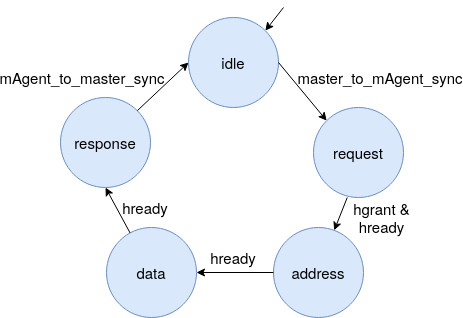
Above: figs/hw/mAgent_FSM.png in Ovsthus/hovsthus_thesis (draw.io), before the change. Source tidied: cells renumbered, new cells last; positions are measured from the earlier drawing's top-left corner, leaving out a move shared by most shapes.
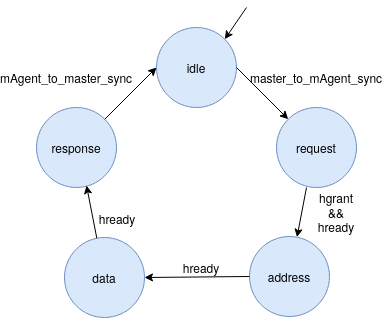
The same file after the commit.

Diff of the diagram source:
```diff
@@ -2,20 +2,20 @@
   <root>
     <mxCell id="0" />
     <mxCell id="1" parent="0" />
-    <mxCell id="2" value="&lt;font style=&quot;font-size: 15px&quot;&gt;idle&lt;/font&gt;" style="ellipse;whiteSpace=wrap;html=1;fillColor=#dae8fc;strokeColor=#6c8ebf;" parent="1" vertex="1">
-      <mxGeometry x="134" y="10" width="90" height="90" as="geometry" />
+    <mxCell id="2" value="idle" style="ellipse;whiteSpace=wrap;html=1;fillColor=#dae8fc;strokeColor=#6c8ebf;" parent="1" vertex="1">
+      <mxGeometry x="139" y="20" width="80" height="80" as="geometry" />
     </mxCell>
-    <mxCell id="3" value="&lt;font style=&quot;font-size: 15px&quot;&gt;request&lt;/font&gt;" style="ellipse;whiteSpace=wrap;html=1;fillColor=#dae8fc;strokeColor=#6c8ebf;" parent="1" vertex="1">
-      <mxGeometry x="259" y="100" width="90" height="90" as="geometry" />
+    <mxCell id="3" value="request" style="ellipse;whiteSpace=wrap;html=1;fillColor=#dae8fc;strokeColor=#6c8ebf;" parent="1" vertex="1">
+      <mxGeometry x="259" y="100" width="80" height="80" as="geometry" />
     </mxCell>
-    <mxCell id="4" value="&lt;font style=&quot;font-size: 15px&quot;&gt;address&lt;/font&gt;" style="ellipse;whiteSpace=wrap;html=1;fillColor=#dae8fc;strokeColor=#6c8ebf;" parent="1" vertex="1">
-      <mxGeometry x="219" y="220" width="90" height="90" as="geometry" />
+    <mxCell id="4" value="address" style="ellipse;whiteSpace=wrap;html=1;fillColor=#dae8fc;strokeColor=#6c8ebf;" parent="1" vertex="1">
+      <mxGeometry x="232" y="229" width="80" height="80" as="geometry" />
     </mxCell>
-    <mxCell id="5" value="&lt;font style=&quot;font-size: 15px&quot;&gt;data &lt;/font&gt;" style="ellipse;whiteSpace=wrap;html=1;fillColor=#dae8fc;strokeColor=#6c8ebf;" parent="1" vertex="1">
-      <mxGeometry x="52" y="220" width="90" height="90" as="geometry" />
+    <mxCell id="5" value="data" style="ellipse;whiteSpace=wrap;html=1;fillColor=#dae8fc;strokeColor=#6c8ebf;" parent="1" vertex="1">
+      <mxGeometry x="47" y="230" width="80" height="80" as="geometry" />
     </mxCell>
-    <mxCell id="6" value="&lt;font style=&quot;font-size: 15px&quot;&gt;response&lt;/font&gt;" style="ellipse;whiteSpace=wrap;html=1;fillColor=#dae8fc;strokeColor=#6c8ebf;" parent="1" vertex="1">
-      <mxGeometry x="6" y="90" width="90" height="90" as="geometry" />
+    <mxCell id="6" value="response" style="ellipse;whiteSpace=wrap;html=1;fillColor=#dae8fc;strokeColor=#6c8ebf;" parent="1" vertex="1">
+      <mxGeometry x="19" y="100" width="80" height="80" as="geometry" />
     </mxCell>
     <mxCell id="7" style="endArrow=classic;html=1;exitX=1;exitY=0.5;exitDx=0;exitDy=0;entryX=0;entryY=0;entryDx=0;entryDy=0;" parent="1" edge="1" source="2" target="3">
       <mxGeometry relative="1" as="geometry" />
@@ -26,31 +26,31 @@
     <mxCell id="9" style="endArrow=classic;html=1;exitX=0;exitY=0.5;exitDx=0;exitDy=0;entryX=1;entryY=0.5;entryDx=0;entryDy=0;" parent="1" edge="1" source="4" target="5">
       <mxGeometry relative="1" as="geometry" />
     </mxCell>
-    <mxCell id="10" style="endArrow=classic;html=1;entryX=0.5;entryY=1;entryDx=0;entryDy=0;" parent="1" edge="1" source="5" target="6">
+    <mxCell id="10" style="endArrow=classic;html=1;entryX=0.625;entryY=0.975;entryDx=0;entryDy=0;entryPerimeter=0;" parent="1" edge="1" source="5" target="6">
       <mxGeometry relative="1" as="geometry" />
     </mxCell>
     <mxCell id="11" style="endArrow=classic;html=1;exitX=1;exitY=0;exitDx=0;exitDy=0;entryX=0;entryY=0.5;entryDx=0;entryDy=0;" parent="1" edge="1" source="6" target="2">
       <mxGeometry relative="1" as="geometry" />
     </mxCell>
+    <mxCell id="18" value="hready" style="text;html=1;strokeColor=none;fillColor=none;align=center;verticalAlign=middle;whiteSpace=wrap;rounded=0;" parent="1" vertex="1">
+      <mxGeometry x="164" y="250" width="40" height="20" as="geometry" />
+    </mxCell>
+    <mxCell id="19" style="endArrow=classic;html=1;entryX=1;entryY=0;entryDx=0;entryDy=0;" parent="1" edge="1" target="2">
+      <mxGeometry relative="1" as="geometry">
+        <mxPoint x="229" as="sourcePoint" />
+      </mxGeometry>
+    </mxCell>
+    <mxCell id="20" value="hready" style="text;html=1;strokeColor=none;fillColor=none;align=center;verticalAlign=middle;whiteSpace=wrap;rounded=0;" parent="1" vertex="1">
+      <mxGeometry x="78" y="201" width="44" height="20" as="geometry" />
+    </mxCell>
-    <mxCell id="12" value="&lt;font style=&quot;font-size: 15px&quot;&gt;master_to_mAgent_sync&lt;/font&gt;" style="text;html=1;strokeColor=none;fillColor=none;align=center;verticalAlign=middle;whiteSpace=wrap;rounded=0;" parent="1" vertex="1">
-      <mxGeometry x="271" y="60" width="110" height="20" as="geometry" />
+    <mxCell id="12" value="master_to_mAgent_sync" style="text;html=1;strokeColor=none;fillColor=none;align=center;verticalAlign=middle;whiteSpace=wrap;rounded=0;" parent="1" vertex="1">
+      <mxGeometry x="279" y="60" width="40" height="20" as="geometry" />
     </mxCell>
-    <mxCell id="13" value="&lt;font style=&quot;font-size: 15px&quot;&gt;hgrant &amp;amp; hready&lt;/font&gt;" style="text;html=1;strokeColor=none;fillColor=none;align=center;verticalAlign=middle;whiteSpace=wrap;rounded=0;" parent="1" vertex="1">
-      <mxGeometry x="279" y="200" width="97" height="20" as="geometry" />
-    </mxCell>
-    <mxCell id="14" value="&lt;font style=&quot;font-size: 15px&quot;&gt;hready&lt;/font&gt;" style="text;html=1;strokeColor=none;fillColor=none;align=center;verticalAlign=middle;whiteSpace=wrap;rounded=0;" parent="1" vertex="1">
-      <mxGeometry x="159" y="240" width="40" height="20" as="geometry" />
-    </mxCell>
-    <mxCell id="15" value="&lt;font style=&quot;font-size: 15px&quot;&gt;hready&lt;/font&gt;" style="text;html=1;strokeColor=none;fillColor=none;align=center;verticalAlign=middle;whiteSpace=wrap;rounded=0;" parent="1" vertex="1">
-      <mxGeometry x="69" y="190" width="44" height="20" as="geometry" />
-    </mxCell>
+    <mxCell id="21" value="&lt;div&gt;hgrant &amp;amp;&amp;amp;&lt;/div&gt;&lt;div&gt;hready&lt;/div&gt;" style="text;html=1;strokeColor=none;fillColor=none;align=center;verticalAlign=middle;whiteSpace=wrap;rounded=0;" parent="1" vertex="1">
+      <mxGeometry x="299" y="195" width="40" height="20" as="geometry" />
+    </mxCell>
-    <mxCell id="16" value="&lt;font style=&quot;font-size: 15px&quot;&gt;mAgent_to_master_sync&lt;/font&gt;" style="text;html=1;strokeColor=none;fillColor=none;align=center;verticalAlign=middle;whiteSpace=wrap;rounded=0;" parent="1" vertex="1">
-      <mxGeometry y="60" width="56" height="20" as="geometry" />
+    <mxCell id="16" value="mAgent_to_master_sync" style="text;html=1;strokeColor=none;fillColor=none;align=center;verticalAlign=middle;whiteSpace=wrap;rounded=0;" parent="1" vertex="1">
+      <mxGeometry x="29" y="60" width="40" height="20" as="geometry" />
     </mxCell>
-    <mxCell id="17" style="endArrow=classic;html=1;entryX=1;entryY=0;entryDx=0;entryDy=0;" parent="1" edge="1" target="2">
-      <mxGeometry relative="1" as="geometry">
-        <mxPoint x="229" as="sourcePoint" />
-      </mxGeometry>
-    </mxCell>
   </root>
 </mxGraphModel>
```
